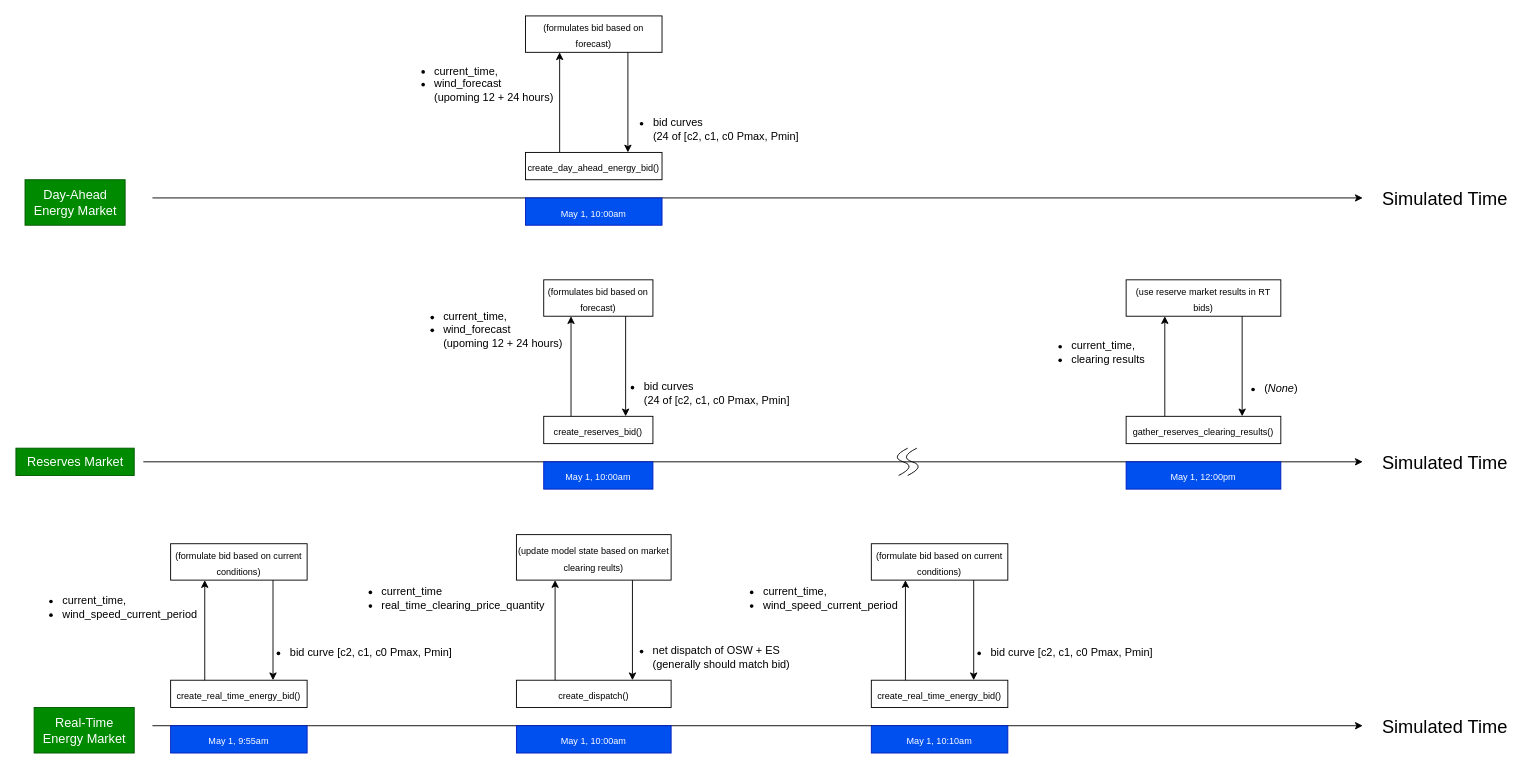
The draw.io diagram docs/osw_market_timing.drawio in pnnl/cst, before the edit. Source tidied: cells renumbered, new cells numbered last; positions are measured from the earlier drawing's top-left corner, leaving out a move shared by most shapes. Both pictures are drawn from the tidied source at 91%, with x=0, y=0 at pixel (15, 15).
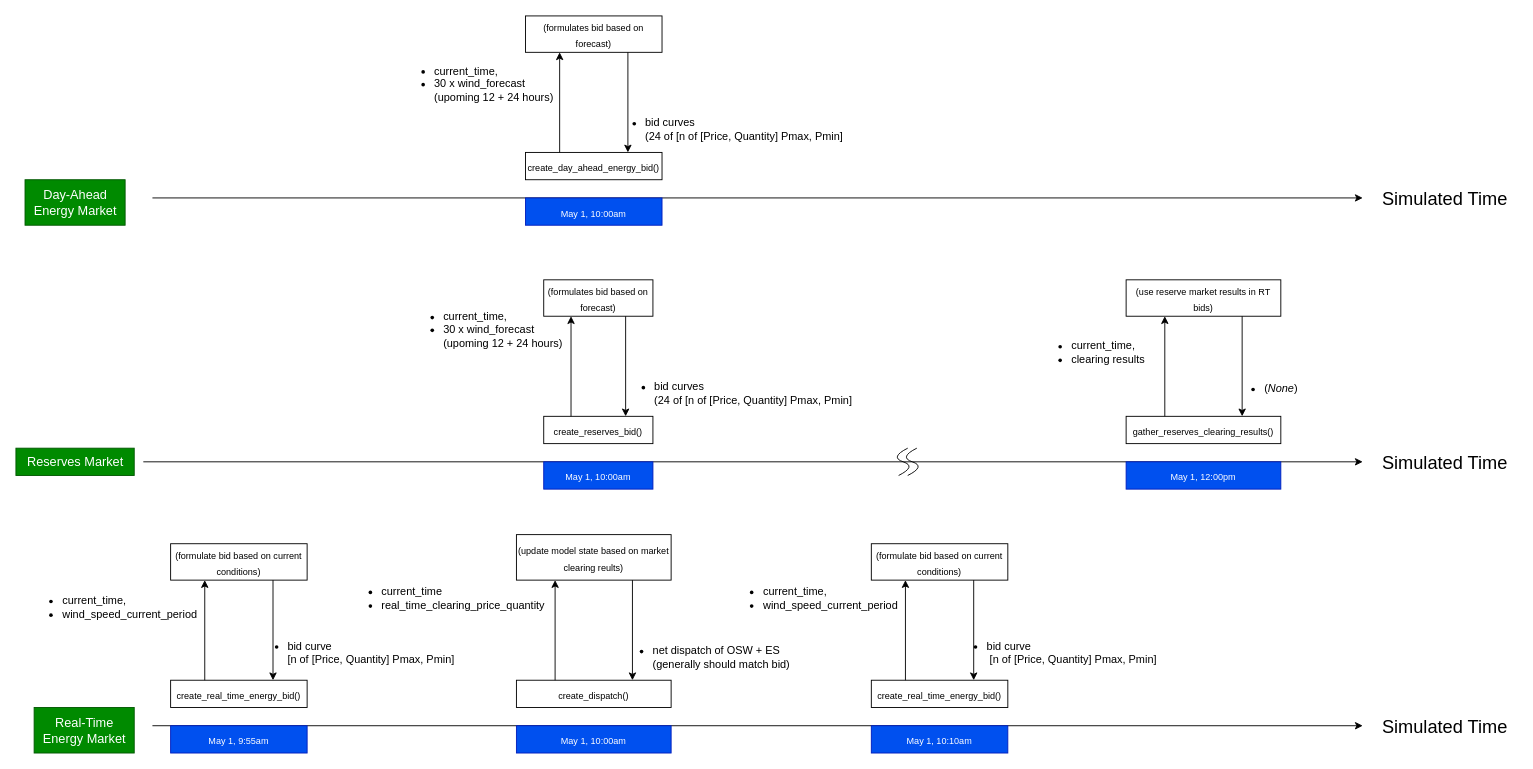
After the change.

Commit message:
Update bid curve format in market timing .drawio

What changed in the source:
```diff
@@
-    <mxCell id="10" value="&lt;div style=&quot;text-align: left;&quot;&gt;&lt;ul style=&quot;font-size: 12px;&quot;&gt;&lt;li&gt;&lt;span style=&quot;font-size: 12px; background-color: initial;&quot;&gt;current_time,&lt;/span&gt;&lt;/li&gt;&lt;li&gt;&lt;span style=&quot;background-color: initial;&quot;&gt;wind_forecast &lt;br&gt;(upoming 12 +&amp;nbsp;&lt;/span&gt;&lt;span style=&quot;background-color: initial;&quot;&gt;24 hours)&lt;/span&gt;&lt;/li&gt;&lt;/ul&gt;&lt;/div&gt;" style="text;html=1;align=center;verticalAlign=middle;strokeColor=none;fillColor=none;fontSize=14;" parent="1" vertex="1">
+    <mxCell id="10" value="&lt;div style=&quot;text-align: left;&quot;&gt;&lt;ul style=&quot;font-size: 12px;&quot;&gt;&lt;li&gt;&lt;span style=&quot;font-size: 12px; background-color: initial;&quot;&gt;current_time,&lt;/span&gt;&lt;/li&gt;&lt;li&gt;&lt;span style=&quot;background-color: initial;&quot;&gt;30 x wind_forecast &lt;br&gt;(upoming 12 +&amp;nbsp;&lt;/span&gt;&lt;span style=&quot;background-color: initial;&quot;&gt;24 hours)&lt;/span&gt;&lt;/li&gt;&lt;/ul&gt;&lt;/div&gt;" style="text;html=1;align=center;verticalAlign=middle;strokeColor=none;fillColor=none;fontSize=14;" parent="1" vertex="1">
       <mxGeometry x="410" y="30" width="190" height="90" as="geometry" />
     </mxCell>
-    <mxCell id="11" value="&lt;div style=&quot;text-align: left;&quot;&gt;&lt;ul style=&quot;font-size: 12px;&quot;&gt;&lt;li&gt;bid curves &lt;br&gt;(24 of [c2, c1, c0 Pmax, Pmin]&lt;/li&gt;&lt;/ul&gt;&lt;/div&gt;" style="text;html=1;align=center;verticalAlign=middle;strokeColor=none;fillColor=none;fontSize=14;" parent="1" vertex="1">
-      <mxGeometry x="650" y="90" width="220" height="70" as="geometry" />
+    <mxCell id="11" value="&lt;div style=&quot;text-align: left;&quot;&gt;&lt;ul style=&quot;font-size: 12px;&quot;&gt;&lt;li&gt;bid curves &lt;br&gt;(24 of [n of [Price, Quantity] Pmax, Pmin]&lt;/li&gt;&lt;/ul&gt;&lt;/div&gt;" style="text;html=1;align=center;verticalAlign=middle;strokeColor=none;fillColor=none;fontSize=14;" parent="1" vertex="1">
+      <mxGeometry x="640" y="90" width="280" height="70" as="geometry" />
     </mxCell>
@@
-    <mxCell id="20" value="&lt;div style=&quot;text-align: left;&quot;&gt;&lt;ul style=&quot;font-size: 12px;&quot;&gt;&lt;li&gt;&lt;span style=&quot;font-size: 12px; background-color: initial;&quot;&gt;current_time,&lt;/span&gt;&lt;/li&gt;&lt;li&gt;&lt;span style=&quot;background-color: initial;&quot;&gt;wind_forecast &lt;br&gt;(upoming 12 +&amp;nbsp;&lt;/span&gt;&lt;span style=&quot;background-color: initial;&quot;&gt;24 hours)&lt;/span&gt;&lt;/li&gt;&lt;/ul&gt;&lt;/div&gt;" style="text;html=1;align=center;verticalAlign=middle;strokeColor=none;fillColor=none;fontSize=14;" parent="1" vertex="1">
+    <mxCell id="20" value="&lt;div style=&quot;text-align: left;&quot;&gt;&lt;ul style=&quot;font-size: 12px;&quot;&gt;&lt;li&gt;&lt;span style=&quot;font-size: 12px; background-color: initial;&quot;&gt;current_time,&lt;/span&gt;&lt;/li&gt;&lt;li&gt;&lt;span style=&quot;background-color: initial;&quot;&gt;30 x wind_forecast &lt;br&gt;(upoming 12 +&amp;nbsp;&lt;/span&gt;&lt;span style=&quot;background-color: initial;&quot;&gt;24 hours)&lt;/span&gt;&lt;/li&gt;&lt;/ul&gt;&lt;/div&gt;" style="text;html=1;align=center;verticalAlign=middle;strokeColor=none;fillColor=none;fontSize=14;" parent="1" vertex="1">
       <mxGeometry x="420" y="300" width="190" height="90" as="geometry" />
     </mxCell>
-    <mxCell id="21" value="&lt;div style=&quot;text-align: left;&quot;&gt;&lt;ul style=&quot;font-size: 12px;&quot;&gt;&lt;li&gt;bid curves &lt;br&gt;(24 of [c2, c1, c0 Pmax, Pmin]&lt;/li&gt;&lt;/ul&gt;&lt;/div&gt;" style="text;html=1;align=center;verticalAlign=middle;strokeColor=none;fillColor=none;fontSize=14;" parent="1" vertex="1">
-      <mxGeometry x="640" y="380" width="220" height="70" as="geometry" />
+    <mxCell id="21" value="&lt;div style=&quot;text-align: left;&quot;&gt;&lt;ul style=&quot;font-size: 12px;&quot;&gt;&lt;li&gt;bid curves &lt;br&gt;(24 of [n of [Price, Quantity] Pmax, Pmin]&lt;/li&gt;&lt;/ul&gt;&lt;/div&gt;" style="text;html=1;align=center;verticalAlign=middle;strokeColor=none;fillColor=none;fontSize=14;" parent="1" vertex="1">
+      <mxGeometry x="650" y="380" width="280" height="70" as="geometry" />
     </mxCell>
@@
-    <mxCell id="36" value="&lt;div style=&quot;text-align: left;&quot;&gt;&lt;ul style=&quot;font-size: 12px;&quot;&gt;&lt;li&gt;bid curve&amp;nbsp;[c2, c1, c0 Pmax, Pmin]&lt;/li&gt;&lt;/ul&gt;&lt;/div&gt;" style="text;html=1;align=center;verticalAlign=middle;strokeColor=none;fillColor=none;fontSize=14;" parent="1" vertex="1">
-      <mxGeometry x="250" y="670" width="240" height="60" as="geometry" />
+    <mxCell id="36" value="&lt;div style=&quot;text-align: left;&quot;&gt;&lt;ul style=&quot;font-size: 12px;&quot;&gt;&lt;li&gt;bid curve &lt;br&gt;[n of [Price, Quantity] Pmax, Pmin]&lt;/li&gt;&lt;/ul&gt;&lt;/div&gt;" style="text;html=1;align=center;verticalAlign=middle;strokeColor=none;fillColor=none;fontSize=14;" parent="1" vertex="1">
+      <mxGeometry x="245" y="665" width="250" height="70" as="geometry" />
     </mxCell>
@@
-    <mxCell id="52" value="&lt;div style=&quot;text-align: left;&quot;&gt;&lt;ul style=&quot;font-size: 12px;&quot;&gt;&lt;li&gt;bid curve&amp;nbsp;[c2, c1, c0 Pmax, Pmin]&lt;/li&gt;&lt;/ul&gt;&lt;/div&gt;" style="text;html=1;align=center;verticalAlign=middle;strokeColor=none;fillColor=none;fontSize=14;" parent="1" vertex="1">
-      <mxGeometry x="1020" y="670" width="240" height="60" as="geometry" />
+    <mxCell id="52" value="&lt;div style=&quot;text-align: left;&quot;&gt;&lt;ul style=&quot;font-size: 12px;&quot;&gt;&lt;li&gt;bid curve&lt;br&gt;&amp;nbsp;[n of [Price, Quantity] Pmax, Pmin]&lt;/li&gt;&lt;/ul&gt;&lt;/div&gt;" style="text;html=1;align=center;verticalAlign=middle;strokeColor=none;fillColor=none;fontSize=14;" parent="1" vertex="1">
+      <mxGeometry x="1015" y="665" width="250" height="70" as="geometry" />
     </mxCell>
```
